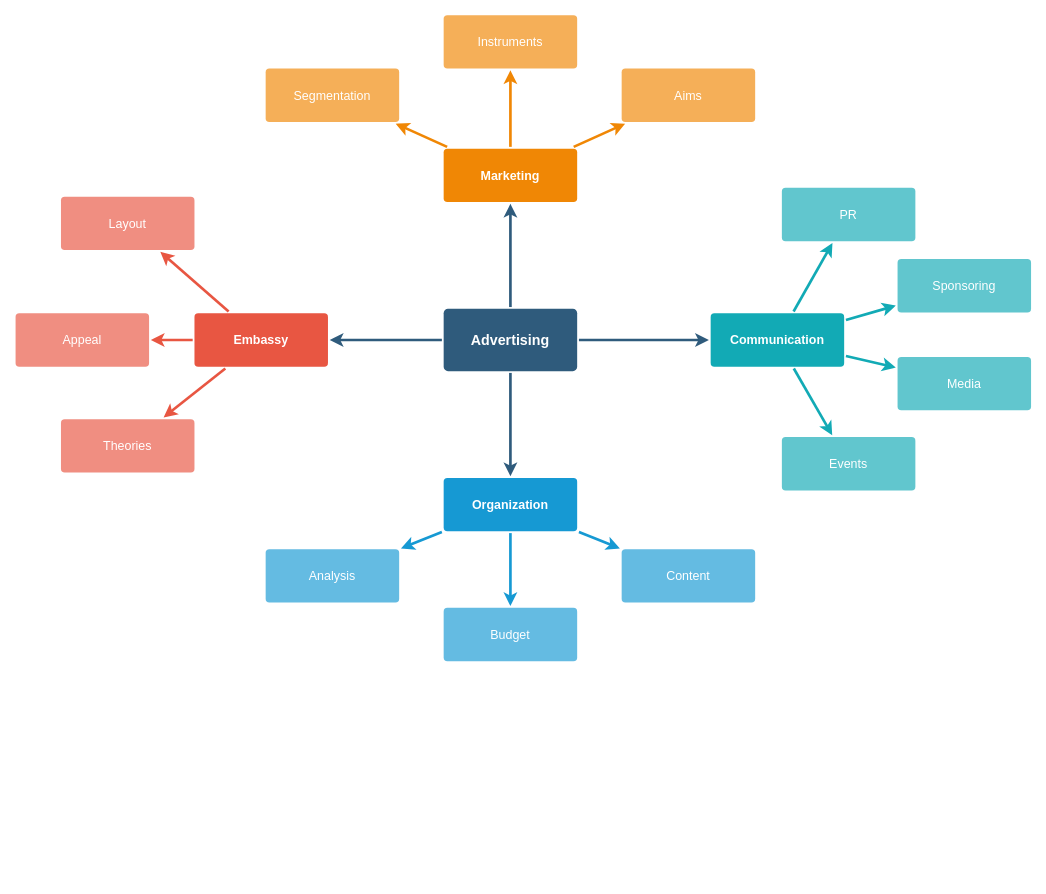
tavo954cbr/moodle-BD keeps this draw.io diagram as Actividad_5gestoresBD.drawio. Above is the earlier version. Source tidied: cells renumbered, new cells numbered last; positions are measured from the earlier drawing's top-left corner, leaving out a move shared by most shapes. Both pictures are drawn from the tidied source at 89%, with x=0, y=0 at pixel (15, 14).
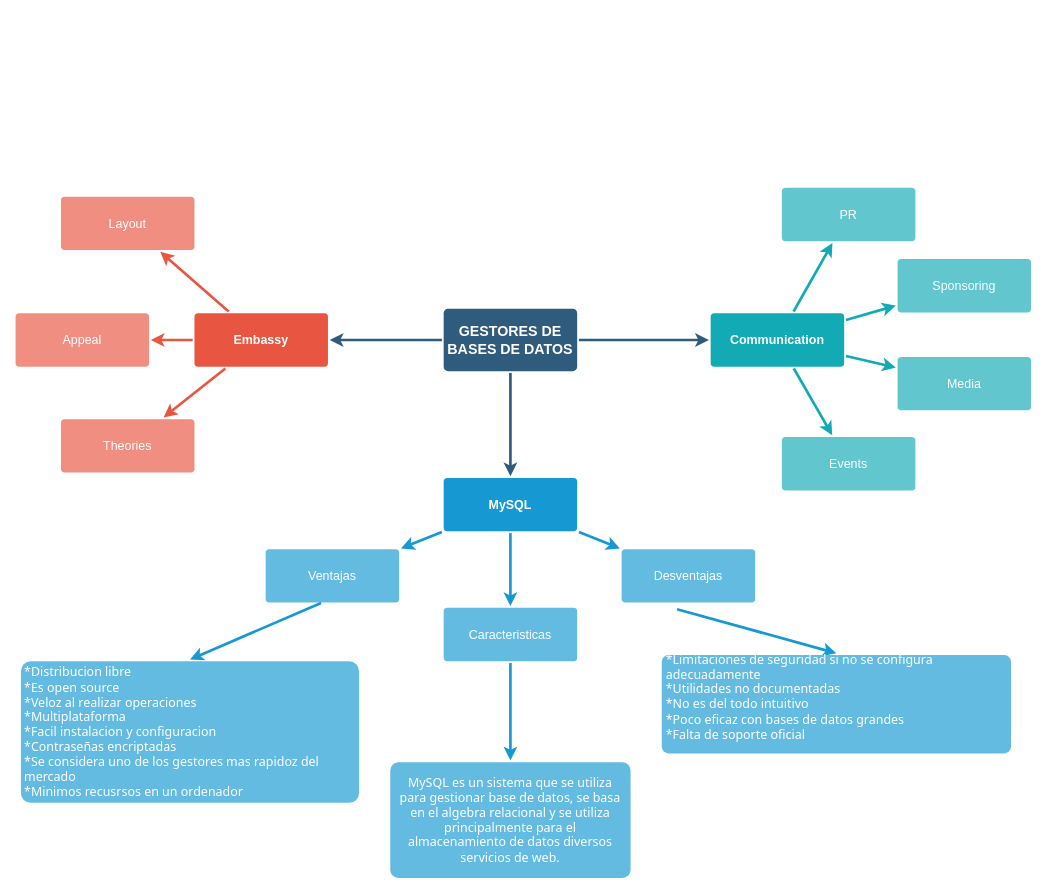
After the change.

What changed in the source:
```diff
@@
-    <mxCell id="2" style="edgeStyle=none;rounded=0;jumpStyle=none;html=1;shadow=0;labelBackgroundColor=none;startArrow=none;startFill=0;endArrow=classic;endFill=1;jettySize=auto;strokeColor=#2F5B7C;strokeWidth=3;fontFamily=Helvetica;fontSize=16;fontColor=#23445D;spacing=5;" parent="1" edge="1" source="6" target="21">
-      <mxGeometry relative="1" as="geometry" />
-    </mxCell>
@@
-    <mxCell id="6" value="Advertising" style="rounded=1;whiteSpace=wrap;html=1;shadow=0;labelBackgroundColor=none;strokeColor=none;strokeWidth=3;fillColor=#2F5B7C;fontFamily=Helvetica;fontSize=16;fontColor=#FFFFFF;align=center;fontStyle=1;spacing=5;arcSize=7;perimeterSpacing=2;" parent="1" vertex="1">
+    <mxCell id="6" value="GESTORES DE BASES DE DATOS" style="rounded=1;whiteSpace=wrap;html=1;shadow=0;labelBackgroundColor=none;strokeColor=none;strokeWidth=3;fillColor=#2F5B7C;fontFamily=Helvetica;fontSize=16;fontColor=#FFFFFF;align=center;fontStyle=1;spacing=5;arcSize=7;perimeterSpacing=2;" parent="1" vertex="1">
       <mxGeometry x="481" y="330.5" width="150" height="70" as="geometry" />
     </mxCell>
@@
-    <mxCell id="17" value="Organization" style="rounded=1;whiteSpace=wrap;html=1;shadow=0;labelBackgroundColor=none;strokeColor=none;strokeWidth=3;fillColor=#1699d3;fontFamily=Helvetica;fontSize=14;fontColor=#FFFFFF;align=center;spacing=5;fontStyle=1;arcSize=7;perimeterSpacing=2;" parent="1" vertex="1">
+    <mxCell id="17" value="MySQL" style="rounded=1;whiteSpace=wrap;html=1;shadow=0;labelBackgroundColor=none;strokeColor=none;strokeWidth=3;fillColor=#1699d3;fontFamily=Helvetica;fontSize=14;fontColor=#FFFFFF;align=center;spacing=5;fontStyle=1;arcSize=7;perimeterSpacing=2;" parent="1" vertex="1">
       <mxGeometry x="481" y="520.5" width="150" height="60" as="geometry" />
     </mxCell>
-    <mxCell id="18" value="Content" style="rounded=1;whiteSpace=wrap;html=1;shadow=0;labelBackgroundColor=none;strokeColor=none;strokeWidth=3;fillColor=#64bbe2;fontFamily=Helvetica;fontSize=14;fontColor=#FFFFFF;align=center;spacing=5;arcSize=7;perimeterSpacing=2;" parent="1" vertex="1">
+    <mxCell id="18" value="Desventajas" style="rounded=1;whiteSpace=wrap;html=1;shadow=0;labelBackgroundColor=none;strokeColor=none;strokeWidth=3;fillColor=#64bbe2;fontFamily=Helvetica;fontSize=14;fontColor=#FFFFFF;align=center;spacing=5;arcSize=7;perimeterSpacing=2;" parent="1" vertex="1">
       <mxGeometry x="681" y="600.5" width="150" height="60" as="geometry" />
     </mxCell>
-    <mxCell id="19" value="Budget" style="rounded=1;whiteSpace=wrap;html=1;shadow=0;labelBackgroundColor=none;strokeColor=none;strokeWidth=3;fillColor=#64bbe2;fontFamily=Helvetica;fontSize=14;fontColor=#FFFFFF;align=center;spacing=5;arcSize=7;perimeterSpacing=2;" parent="1" vertex="1">
+    <mxCell id="19" value="Caracteristicas" style="rounded=1;whiteSpace=wrap;html=1;shadow=0;labelBackgroundColor=none;strokeColor=none;strokeWidth=3;fillColor=#64bbe2;fontFamily=Helvetica;fontSize=14;fontColor=#FFFFFF;align=center;spacing=5;arcSize=7;perimeterSpacing=2;" parent="1" vertex="1">
       <mxGeometry x="481" y="666.5" width="150" height="60" as="geometry" />
     </mxCell>
-    <mxCell id="20" value="Analysis" style="rounded=1;whiteSpace=wrap;html=1;shadow=0;labelBackgroundColor=none;strokeColor=none;strokeWidth=3;fillColor=#64bbe2;fontFamily=Helvetica;fontSize=14;fontColor=#FFFFFF;align=center;spacing=5;arcSize=7;perimeterSpacing=2;" parent="1" vertex="1">
+    <mxCell id="20" value="Ventajas" style="rounded=1;whiteSpace=wrap;html=1;shadow=0;labelBackgroundColor=none;strokeColor=none;strokeWidth=3;fillColor=#64bbe2;fontFamily=Helvetica;fontSize=14;fontColor=#FFFFFF;align=center;spacing=5;arcSize=7;perimeterSpacing=2;" parent="1" vertex="1">
       <mxGeometry x="281" y="600.5" width="150" height="60" as="geometry" />
     </mxCell>
-    <mxCell id="21" value="Marketing" style="rounded=1;whiteSpace=wrap;html=1;shadow=0;labelBackgroundColor=none;strokeColor=none;strokeWidth=3;fillColor=#F08705;fontFamily=Helvetica;fontSize=14;fontColor=#FFFFFF;align=center;spacing=5;fontStyle=1;arcSize=7;perimeterSpacing=2;" parent="1" vertex="1">
-      <mxGeometry x="481" y="150.5" width="150" height="60" as="geometry" />
-    </mxCell>
-    <mxCell id="22" value="Aims&lt;br&gt;" style="rounded=1;whiteSpace=wrap;html=1;shadow=0;labelBackgroundColor=none;strokeColor=none;strokeWidth=3;fillColor=#f5af58;fontFamily=Helvetica;fontSize=14;fontColor=#FFFFFF;align=center;spacing=5;arcSize=7;perimeterSpacing=2;" parent="1" vertex="1">
-      <mxGeometry x="681" y="60.5" width="150" height="60" as="geometry" />
-    </mxCell>
-    <mxCell id="23" style="edgeStyle=none;rounded=0;jumpStyle=none;html=1;shadow=0;labelBackgroundColor=none;startArrow=none;startFill=0;endArrow=classic;endFill=1;jettySize=auto;strokeColor=#F08705;strokeWidth=3;fontFamily=Helvetica;fontSize=14;fontColor=#FFFFFF;spacing=5;" parent="1" edge="1" source="21" target="22">
-      <mxGeometry relative="1" as="geometry" />
-    </mxCell>
-    <mxCell id="24" value="Instruments" style="rounded=1;whiteSpace=wrap;html=1;shadow=0;labelBackgroundColor=none;strokeColor=none;strokeWidth=3;fillColor=#f5af58;fontFamily=Helvetica;fontSize=14;fontColor=#FFFFFF;align=center;spacing=5;arcSize=7;perimeterSpacing=2;" parent="1" vertex="1">
-      <mxGeometry x="481" y="0.5" width="150" height="60" as="geometry" />
-    </mxCell>
-    <mxCell id="25" style="edgeStyle=none;rounded=0;jumpStyle=none;html=1;shadow=0;labelBackgroundColor=none;startArrow=none;startFill=0;endArrow=classic;endFill=1;jettySize=auto;strokeColor=#F08705;strokeWidth=3;fontFamily=Helvetica;fontSize=14;fontColor=#FFFFFF;spacing=5;" parent="1" edge="1" source="21" target="24">
-      <mxGeometry relative="1" as="geometry" />
-    </mxCell>
-    <mxCell id="26" value="Segmentation" style="rounded=1;whiteSpace=wrap;html=1;shadow=0;labelBackgroundColor=none;strokeColor=none;strokeWidth=3;fillColor=#f5af58;fontFamily=Helvetica;fontSize=14;fontColor=#FFFFFF;align=center;spacing=5;arcSize=7;perimeterSpacing=2;" parent="1" vertex="1">
-      <mxGeometry x="281" y="60.5" width="150" height="60" as="geometry" />
-    </mxCell>
-    <mxCell id="27" style="edgeStyle=none;rounded=0;jumpStyle=none;html=1;shadow=0;labelBackgroundColor=none;startArrow=none;startFill=0;endArrow=classic;endFill=1;jettySize=auto;strokeColor=#F08705;strokeWidth=3;fontFamily=Helvetica;fontSize=14;fontColor=#FFFFFF;spacing=5;" parent="1" edge="1" source="21" target="26">
-      <mxGeometry relative="1" as="geometry" />
-    </mxCell>
@@
+    <mxCell id="37" style="edgeStyle=none;rounded=0;jumpStyle=none;html=1;shadow=0;labelBackgroundColor=none;startArrow=none;startFill=0;endArrow=classic;endFill=1;jettySize=auto;strokeColor=#1699D3;strokeWidth=3;fontFamily=Helvetica;fontSize=14;fontColor=#FFFFFF;spacing=5;" parent="1" edge="1" source="19" target="38">
+      <mxGeometry relative="1" as="geometry" />
+    </mxCell>
+    <mxCell id="38" value="&lt;font face=&quot;Tahoma&quot;&gt;MySQL es un sistema que se utiliza para gestionar base de datos, se basa en el algebra relacional y se utiliza principalmente para el almacenamiento de datos diversos servicios de web.&lt;br&gt;&lt;/font&gt;" style="rounded=1;whiteSpace=wrap;html=1;shadow=0;labelBackgroundColor=none;strokeColor=none;strokeWidth=3;fillColor=#64bbe2;fontFamily=Helvetica;fontSize=14;fontColor=#FFFFFF;align=center;spacing=5;arcSize=7;perimeterSpacing=2;" parent="1" vertex="1">
+      <mxGeometry x="421" y="840" width="270" height="130" as="geometry" />
+    </mxCell>
+    <mxCell id="39" style="edgeStyle=none;rounded=0;jumpStyle=none;html=1;shadow=0;labelBackgroundColor=none;startArrow=none;startFill=0;endArrow=classic;endFill=1;jettySize=auto;strokeColor=#1699D3;strokeWidth=3;fontFamily=Helvetica;fontSize=14;fontColor=#FFFFFF;spacing=5;exitX=0.417;exitY=0.976;exitDx=0;exitDy=0;exitPerimeter=0;entryX=0.5;entryY=0;entryDx=0;entryDy=0;" parent="1" edge="1" source="20" target="40">
+      <mxGeometry relative="1" as="geometry" />
+    </mxCell>
+    <mxCell id="40" value="&lt;div style=&quot;text-align: left;&quot;&gt;&lt;span style=&quot;font-family: Tahoma; background-color: initial;&quot;&gt;*Distribucion libre&lt;/span&gt;&lt;/div&gt;&lt;font face=&quot;Tahoma&quot;&gt;&lt;div style=&quot;text-align: left;&quot;&gt;&lt;span style=&quot;background-color: initial;&quot;&gt;*Es open source&lt;/span&gt;&lt;/div&gt;&lt;div style=&quot;text-align: left;&quot;&gt;&lt;span style=&quot;background-color: initial;&quot;&gt;*Veloz al realizar operaciones&lt;/span&gt;&lt;/div&gt;&lt;div style=&quot;text-align: left;&quot;&gt;&lt;span style=&quot;background-color: initial;&quot;&gt;*Multiplataforma&lt;/span&gt;&lt;/div&gt;&lt;div style=&quot;text-align: left;&quot;&gt;&lt;span style=&quot;background-color: initial;&quot;&gt;*Facil instalacion y configuracion&lt;/span&gt;&lt;/div&gt;&lt;div style=&quot;text-align: left;&quot;&gt;&lt;span style=&quot;background-color: initial;&quot;&gt;*Contraseñas encriptadas&lt;/span&gt;&lt;/div&gt;&lt;div style=&quot;text-align: left;&quot;&gt;&lt;span style=&quot;background-color: initial;&quot;&gt;*Se considera uno de los gestores mas rapidoz del mercado&lt;/span&gt;&lt;/div&gt;&lt;div style=&quot;text-align: left;&quot;&gt;&lt;span style=&quot;background-color: initial;&quot;&gt;*Minimos recusrsos en un ordenador&lt;/span&gt;&lt;/div&gt;&lt;/font&gt;" style="rounded=1;whiteSpace=wrap;html=1;shadow=0;labelBackgroundColor=none;strokeColor=none;strokeWidth=3;fillColor=#64bbe2;fontFamily=Helvetica;fontSize=14;fontColor=#FFFFFF;align=center;spacing=5;arcSize=7;perimeterSpacing=2;" parent="1" vertex="1">
+      <mxGeometry x="6" y="726.5" width="380" height="159" as="geometry" />
+    </mxCell>
+    <mxCell id="41" style="edgeStyle=none;rounded=0;jumpStyle=none;html=1;shadow=0;labelBackgroundColor=none;startArrow=none;startFill=0;endArrow=classic;endFill=1;jettySize=auto;strokeColor=#1699D3;strokeWidth=3;fontFamily=Helvetica;fontSize=14;fontColor=#FFFFFF;spacing=5;exitX=0.417;exitY=1.086;exitDx=0;exitDy=0;entryX=0.5;entryY=0;entryDx=0;entryDy=0;exitPerimeter=0;" parent="1" edge="1" source="18" target="42">
+      <mxGeometry relative="1" as="geometry" />
+    </mxCell>
+    <mxCell id="42" value="&lt;div style=&quot;&quot;&gt;&lt;font face=&quot;Tahoma&quot;&gt;*Limitaciones de seguridad si no se configura adecuadamente&lt;/font&gt;&lt;/div&gt;&lt;div style=&quot;&quot;&gt;&lt;font face=&quot;Tahoma&quot;&gt;*Utilidades no documentadas&lt;/font&gt;&lt;/div&gt;&lt;div style=&quot;&quot;&gt;&lt;font face=&quot;Tahoma&quot;&gt;*No es del todo intuitivo&lt;/font&gt;&lt;/div&gt;&lt;div style=&quot;&quot;&gt;&lt;font face=&quot;Tahoma&quot;&gt;*Poco eficaz con bases de datos grandes&lt;/font&gt;&lt;/div&gt;&lt;div style=&quot;&quot;&gt;&lt;font face=&quot;Tahoma&quot;&gt;*Falta de soporte oficial&lt;/font&gt;&lt;/div&gt;&lt;div style=&quot;&quot;&gt;&lt;br&gt;&lt;/div&gt;" style="rounded=1;whiteSpace=wrap;html=1;shadow=0;labelBackgroundColor=none;strokeColor=none;strokeWidth=3;fillColor=#64bbe2;fontFamily=Helvetica;fontSize=14;fontColor=#FFFFFF;align=left;spacing=5;arcSize=7;perimeterSpacing=2;" parent="1" vertex="1">
+      <mxGeometry x="726" y="719.5" width="392.5" height="110.5" as="geometry" />
+    </mxCell>
```
